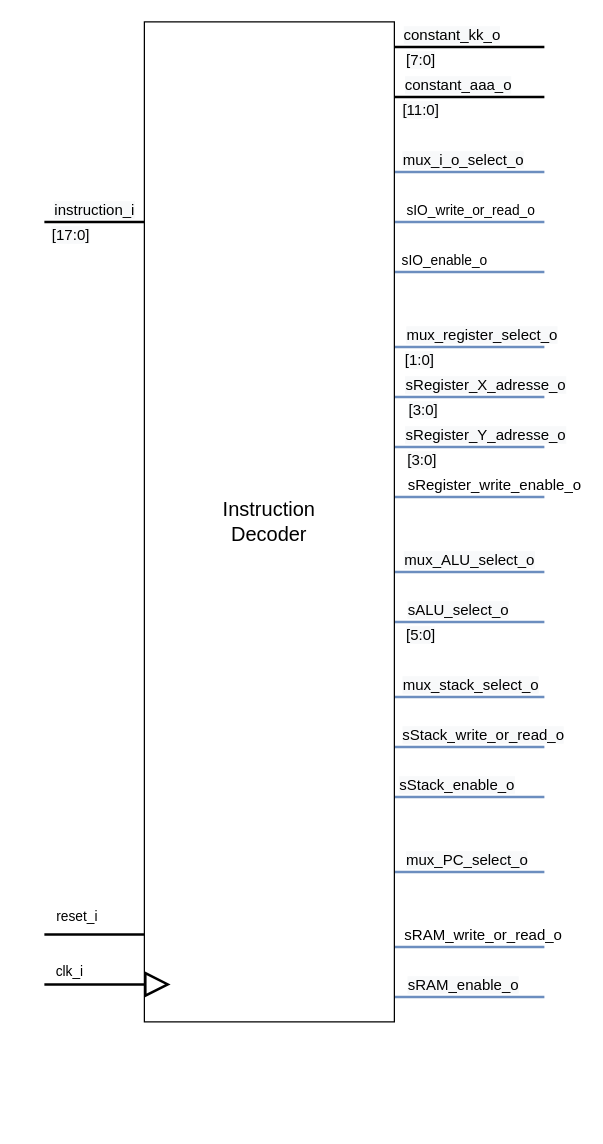
graefjk/RO2 keeps this draw.io diagram as Blockbeschreibungen/ID_beschreibung.drawio. Above is the earlier version. Source tidied: cells renumbered, new cells numbered last; positions are measured from the earlier drawing's top-left corner, leaving out a move shared by most shapes. Both pictures are drawn from the tidied source at 125%, with x=0, y=0 at pixel (44, 21).
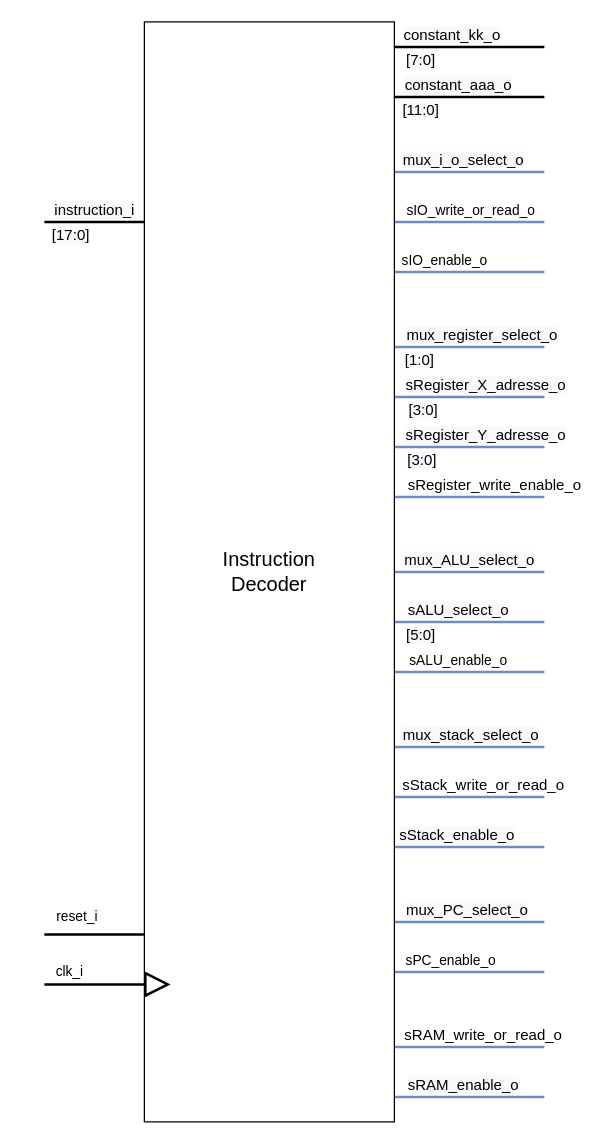
The same diagram, later.

Commit message (it also covers changes not shown here):
fehlende enable in Bildern hinzugefügt

Diff of the diagram source:
```diff
@@
     <mxCell id="29" style="edgeStyle=orthogonalEdgeStyle;rounded=0;jettySize=auto;html=1;endArrow=none;endFill=0;strokeWidth=2;fillColor=#dae8fc;strokeColor=#6c8ebf;" parent="1" edge="1" source="47">
       <mxGeometry relative="1" as="geometry">
-        <mxPoint x="400" y="540" as="targetPoint" />
+        <mxPoint x="400" y="580" as="targetPoint" />
         <Array as="points">
-          <mxPoint x="360" y="540" />
-          <mxPoint x="360" y="540" />
+          <mxPoint x="390" y="580" />
+          <mxPoint x="390" y="580" />
         </Array>
       </mxGeometry>
     </mxCell>
@@
     <mxCell id="31" style="edgeStyle=orthogonalEdgeStyle;rounded=0;jettySize=auto;html=1;endArrow=none;endFill=0;strokeWidth=2;fillColor=#dae8fc;strokeColor=#6c8ebf;" parent="1" edge="1" source="47">
       <mxGeometry relative="1" as="geometry">
-        <mxPoint x="400" y="580" as="targetPoint" />
+        <mxPoint x="400" y="620" as="targetPoint" />
         <Array as="points">
-          <mxPoint x="360" y="580" />
-          <mxPoint x="360" y="580" />
+          <mxPoint x="390" y="620" />
+          <mxPoint x="390" y="620" />
         </Array>
       </mxGeometry>
     </mxCell>
-    <mxCell id="32" value="&lt;span style=&quot;font-size: 12px ; background-color: rgb(248 , 249 , 250)&quot;&gt;sStack_&lt;/span&gt;&lt;span style=&quot;font-size: 12px ; background-color: rgb(248 , 249 , 250)&quot;&gt;write_or_read&lt;/span&gt;&lt;span style=&quot;font-size: 12px ; background-color: rgb(248 , 249 , 250)&quot;&gt;_o&lt;/span&gt;" style="edgeLabel;html=1;align=center;verticalAlign=middle;" parent="31" vertex="1">
+    <mxCell id="32" value="&lt;span style=&quot;font-size: 12px;&quot;&gt;sStack_&lt;/span&gt;&lt;span style=&quot;font-size: 12px;&quot;&gt;write_or_read&lt;/span&gt;&lt;span style=&quot;font-size: 12px;&quot;&gt;_o&lt;/span&gt;" style="edgeLabel;html=1;align=center;verticalAlign=middle;labelBackgroundColor=none;" parent="31" vertex="1">
       <mxGeometry x="-0.33" y="20" relative="1" as="geometry">
         <mxPoint x="30" y="10" as="offset" />
       </mxGeometry>
     </mxCell>
     <mxCell id="33" style="edgeStyle=orthogonalEdgeStyle;rounded=0;jettySize=auto;html=1;endArrow=none;endFill=0;strokeWidth=2;fillColor=#dae8fc;strokeColor=#6c8ebf;" parent="1" edge="1" source="47">
       <mxGeometry relative="1" as="geometry">
-        <mxPoint x="400" y="680" as="targetPoint" />
+        <mxPoint x="400" y="720" as="targetPoint" />
         <Array as="points">
-          <mxPoint x="390" y="680" />
-          <mxPoint x="390" y="680" />
+          <mxPoint x="340" y="720" />
+          <mxPoint x="340" y="720" />
         </Array>
       </mxGeometry>
     </mxCell>
@@
     <mxCell id="35" style="edgeStyle=orthogonalEdgeStyle;rounded=0;jettySize=auto;html=1;endArrow=none;endFill=0;strokeWidth=2;fillColor=#dae8fc;strokeColor=#6c8ebf;" parent="1" edge="1" source="47">
       <mxGeometry relative="1" as="geometry">
-        <mxPoint x="400" y="740" as="targetPoint" />
+        <mxPoint x="400" y="820" as="targetPoint" />
         <Array as="points">
-          <mxPoint x="390" y="740" />
-          <mxPoint x="390" y="740" />
+          <mxPoint x="390" y="820" />
+          <mxPoint x="390" y="820" />
         </Array>
       </mxGeometry>
     </mxCell>
@@
     <mxCell id="37" style="edgeStyle=orthogonalEdgeStyle;rounded=0;jettySize=auto;html=1;endArrow=none;endFill=0;strokeWidth=2;fillColor=#dae8fc;strokeColor=#6c8ebf;" parent="1" edge="1" source="47">
       <mxGeometry relative="1" as="geometry">
-        <mxPoint x="400" y="780" as="targetPoint" />
+        <mxPoint x="400" y="860" as="targetPoint" />
         <Array as="points">
-          <mxPoint x="390" y="780" />
-          <mxPoint x="390" y="780" />
+          <mxPoint x="390" y="860" />
+          <mxPoint x="390" y="860" />
         </Array>
       </mxGeometry>
     </mxCell>
@@
     <mxCell id="41" style="edgeStyle=orthogonalEdgeStyle;rounded=0;jettySize=auto;html=1;strokeWidth=2;endArrow=none;endFill=0;fillColor=#dae8fc;strokeColor=#6c8ebf;" parent="1" edge="1" source="47">
       <mxGeometry relative="1" as="geometry">
-        <mxPoint x="400" y="620" as="targetPoint" />
+        <mxPoint x="400" y="660" as="targetPoint" />
         <Array as="points">
-          <mxPoint x="390" y="620" />
-          <mxPoint x="390" y="620" />
+          <mxPoint x="390" y="660" />
+          <mxPoint x="390" y="660" />
         </Array>
       </mxGeometry>
     </mxCell>
@@
+    <mxCell id="49" style="edgeStyle=orthogonalEdgeStyle;rounded=0;jettySize=auto;html=1;fillColor=#dae8fc;strokeColor=#6c8ebf;endArrow=none;endFill=0;strokeWidth=2;" parent="1" edge="1" source="47">
+      <mxGeometry relative="1" as="geometry">
+        <mxPoint x="400" y="520" as="targetPoint" />
+        <Array as="points">
+          <mxPoint x="390" y="520" />
+          <mxPoint x="390" y="520" />
+        </Array>
+      </mxGeometry>
+    </mxCell>
+    <mxCell id="50" value="sALU_enable_o" style="edgeLabel;html=1;align=center;verticalAlign=middle;" parent="49" vertex="1">
+      <mxGeometry x="0.83" y="93" relative="1" as="geometry">
+        <mxPoint x="-60" y="83" as="offset" />
+      </mxGeometry>
+    </mxCell>
+    <mxCell id="51" style="edgeStyle=orthogonalEdgeStyle;rounded=0;jettySize=auto;html=1;endArrow=none;endFill=0;strokeWidth=2;fillColor=#dae8fc;strokeColor=#6c8ebf;" parent="1" edge="1" source="47">
+      <mxGeometry relative="1" as="geometry">
+        <mxPoint x="400" y="760" as="targetPoint" />
+        <Array as="points">
+          <mxPoint x="380" y="760" />
+          <mxPoint x="380" y="760" />
+        </Array>
+      </mxGeometry>
+    </mxCell>
+    <mxCell id="52" value="sPC_enable_o" style="edgeLabel;html=1;align=center;verticalAlign=middle;" parent="51" vertex="1">
+      <mxGeometry x="-0.5" y="13" relative="1" as="geometry">
+        <mxPoint x="14.7" y="3" as="offset" />
+      </mxGeometry>
+    </mxCell>
     <mxCell id="47" value="&lt;font style=&quot;font-size: 16px&quot;&gt;Instruction&lt;br&gt;Decoder&lt;/font&gt;" style="rounded=0;whiteSpace=wrap;html=1;" parent="1" vertex="1">
-      <mxGeometry x="80" width="200" height="800" as="geometry" />
+      <mxGeometry x="80" width="200" height="880" as="geometry" />
     </mxCell>
```
